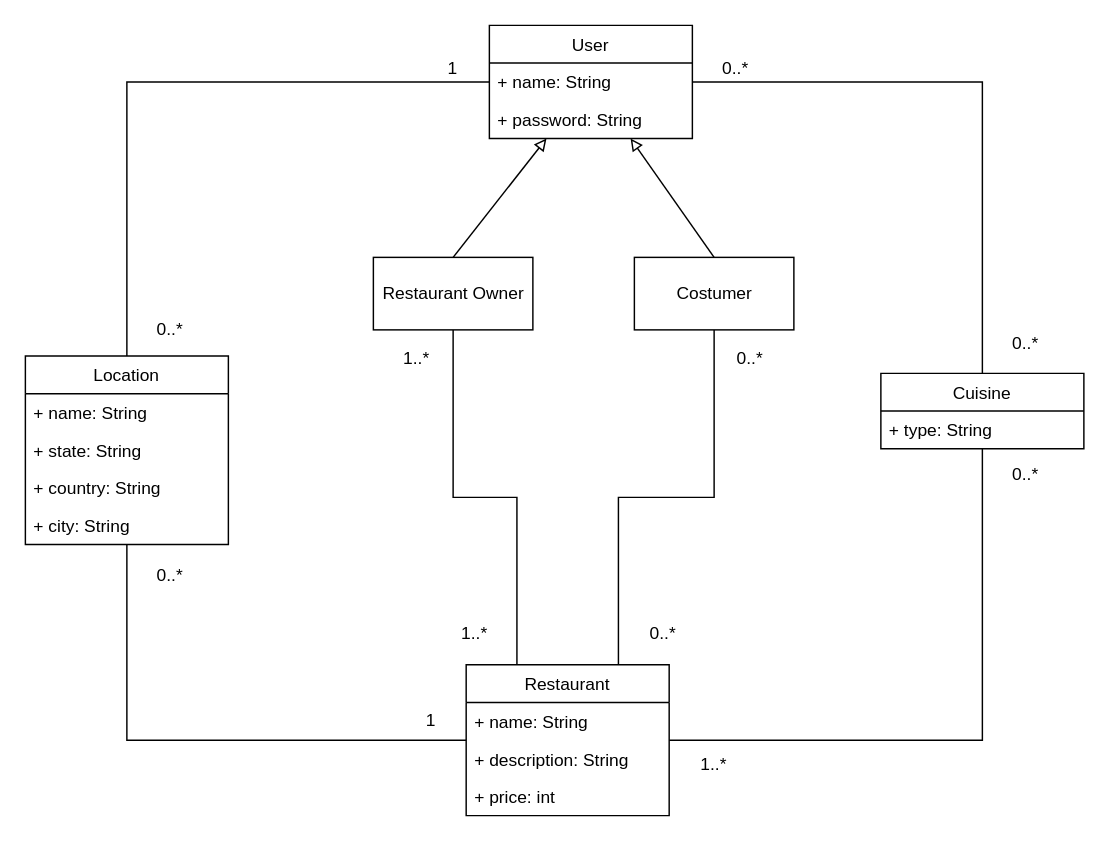
This is page "Page-1" (1 of 2) of draw.io/data_model.drawio from spampas/restaurant_recommendation_graphdb, a draw.io file, before an edit. Source tidied: cells renumbered, new cells numbered last; positions are measured from the earlier drawing's top-left corner, leaving out a move shared by most shapes. Both pictures are drawn from the tidied source at 145%, with x=0, y=0 at pixel (25, 25).
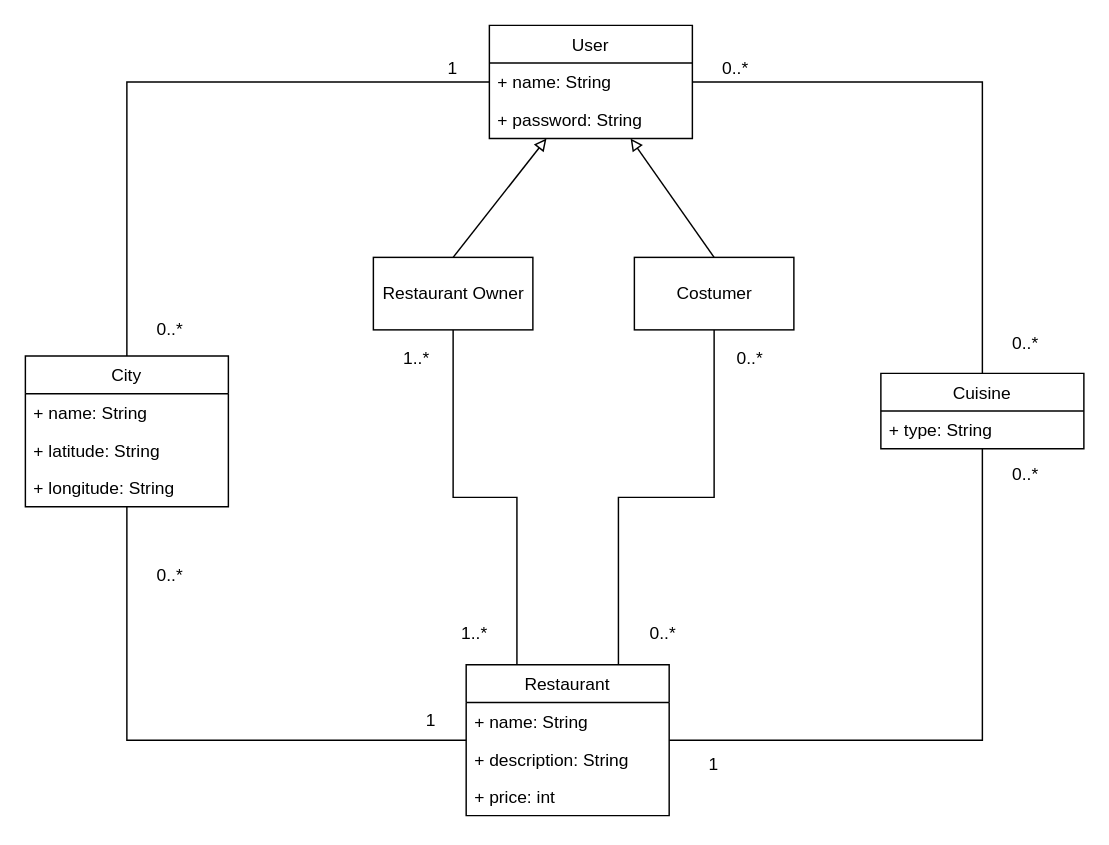
After the change.

Change to the diagram source:
```diff
@@
-    <mxCell id="19" value="Location" style="swimlane;fontStyle=0;horizontal=1;startSize=26;fillColor=none;" parent="1" vertex="1">
-      <mxGeometry y="228" width="140" height="130" as="geometry" />
+    <mxCell id="19" value="City" style="swimlane;fontStyle=0;horizontal=1;startSize=26;fillColor=none;" parent="1" vertex="1">
+      <mxGeometry y="228" width="140" height="104" as="geometry" />
     </mxCell>
@@
-    <mxCell id="21" value="+ state: String" style="text;strokeColor=none;fillColor=none;align=left;verticalAlign=top;spacingLeft=4;spacingRight=4;overflow=hidden;" parent="19" vertex="1">
+    <mxCell id="21" value="+ latitude: String" style="text;strokeColor=none;fillColor=none;align=left;verticalAlign=top;spacingLeft=4;spacingRight=4;overflow=hidden;" parent="19" vertex="1">
       <mxGeometry y="52" width="140" height="26" as="geometry" />
     </mxCell>
-    <mxCell id="22" value="+ country: String" style="text;strokeColor=none;fillColor=none;align=left;verticalAlign=top;spacingLeft=4;spacingRight=4;overflow=hidden;" parent="19" vertex="1">
+    <mxCell id="22" value="+ longitude: String" style="text;strokeColor=none;fillColor=none;align=left;verticalAlign=top;spacingLeft=4;spacingRight=4;overflow=hidden;" parent="19" vertex="1">
       <mxGeometry y="78" width="140" height="26" as="geometry" />
     </mxCell>
-    <mxCell id="23" value="+ city: String" style="text;strokeColor=none;fillColor=none;align=left;verticalAlign=top;spacingLeft=4;spacingRight=4;overflow=hidden;" parent="19" vertex="1">
-      <mxGeometry y="104" width="140" height="26" as="geometry" />
-    </mxCell>
@@
-    <mxCell id="37" value="1..*" style="text;html=1;strokeColor=none;fillColor=none;align=center;verticalAlign=middle;whiteSpace=wrap;rounded=0;fontSize=12;" parent="1" vertex="1">
+    <mxCell id="37" value="1" style="text;html=1;strokeColor=none;fillColor=none;align=center;verticalAlign=middle;whiteSpace=wrap;rounded=0;fontSize=12;" parent="1" vertex="1">
       <mxGeometry x="455" y="500" width="40" height="20" as="geometry" />
     </mxCell>
```
